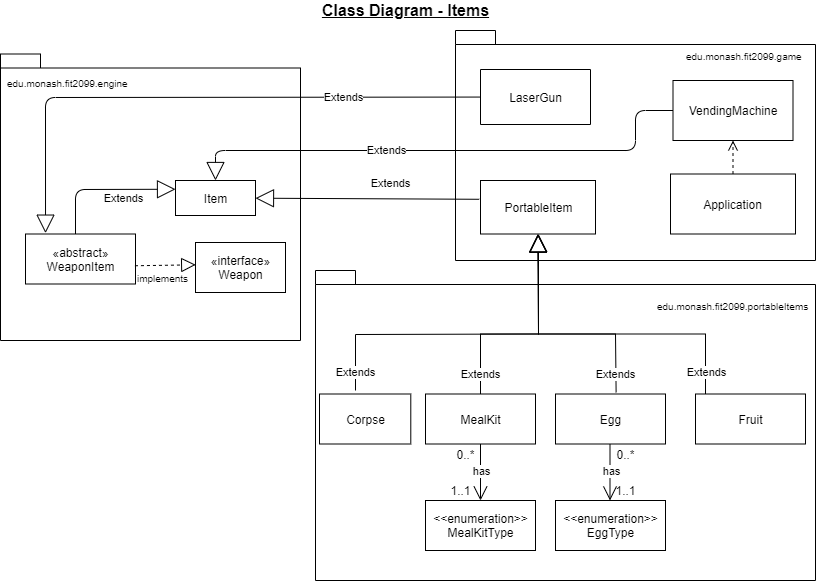
Before: assignment_workings/ClassDiagram - items.png, a diagram exported from draw.io (mltw/fit2099-jurassic-park-2021). Source tidied: cells renumbered, new cells last; positions are measured from the earlier drawing's top-left corner, leaving out a move shared by most shapes.
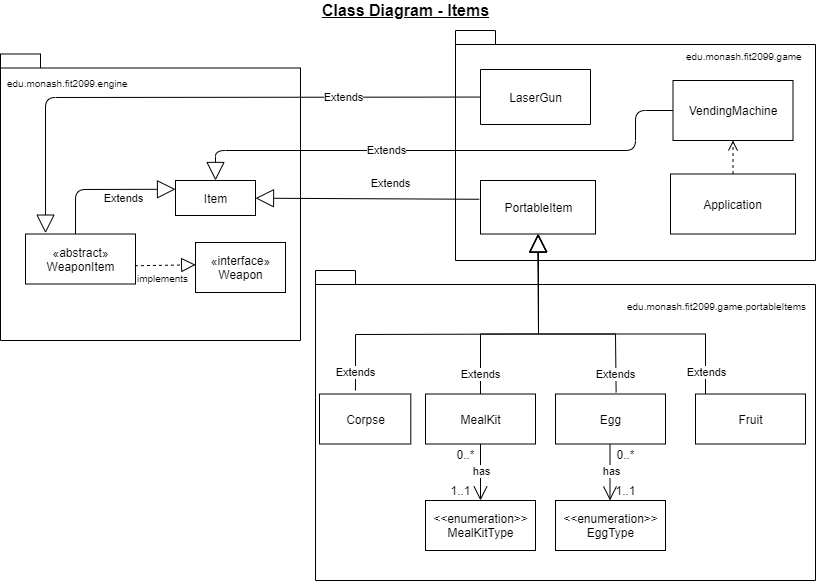
Later version of the same file.

Commit message:
update class diagrams

What changed in the source:
```diff
@@ -122,8 +122,8 @@
         <mxPoint x="1" y="-1" as="offset" />
       </mxGeometry>
     </mxCell>
-    <mxCell id="29" value="&lt;span style=&quot;font-family: &amp;#34;helvetica&amp;#34; ; font-size: 10px ; text-align: center&quot;&gt;edu.monash.fit2099.portableItems&lt;/span&gt;" style="text;whiteSpace=wrap;html=1;" parent="1" vertex="1">
-      <mxGeometry x="655" y="292" width="150" height="30" as="geometry" />
+    <mxCell id="29" value="&lt;span style=&quot;font-family: &amp;#34;helvetica&amp;#34; ; font-size: 10px ; text-align: center&quot;&gt;edu.monash.fit2099.game.portableItems&lt;/span&gt;" style="text;whiteSpace=wrap;html=1;" parent="1" vertex="1">
+      <mxGeometry x="625" y="292" width="150" height="30" as="geometry" />
     </mxCell>
     <mxCell id="30" value="VendingMachine" style="rounded=0;whiteSpace=wrap;html=1;" parent="1" vertex="1">
       <mxGeometry x="672.5" y="80" width="120" height="60" as="geometry" />
```
